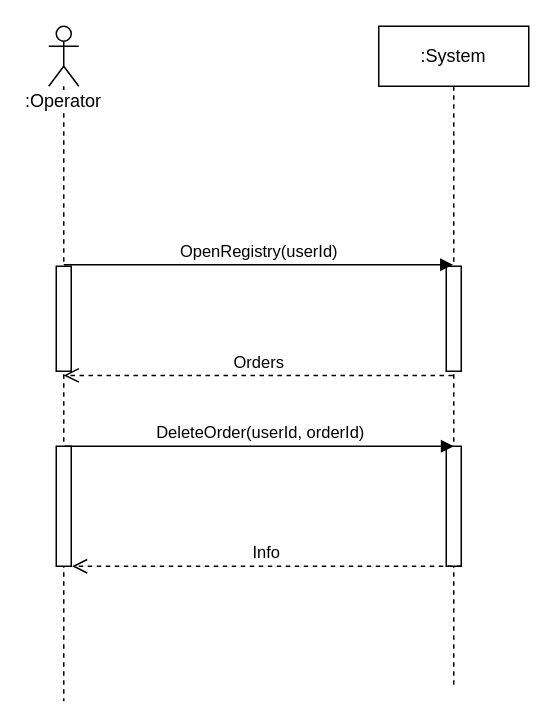
denissfloww/Information-systems-design keeps this draw.io diagram as Lab3/Бугаков/2Прецедент.drawio. Above is the earlier version. Source tidied: cells renumbered, new cells numbered last; positions are measured from the earlier drawing's top-left corner, leaving out a move shared by most shapes. Both pictures are drawn from the tidied source at 150%, with x=0, y=0 at pixel (48, 26).
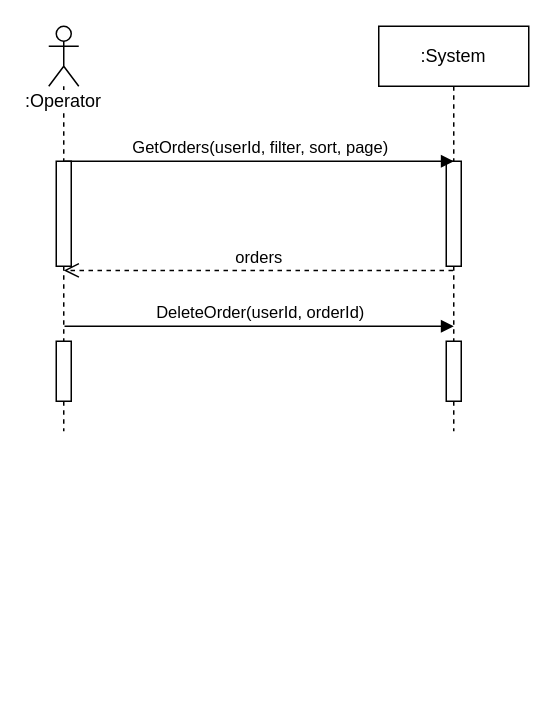
After the change.

Change to the diagram source:
```diff
@@
 <mxGraphModel>
   <root>
     <mxCell id="0" />
     <mxCell id="1" parent="0" />
     <mxCell id="2" value=":Operator" style="shape=umlLifeline;participant=umlActor;perimeter=lifelinePerimeter;whiteSpace=wrap;html=1;verticalAlign=top;spacingTop=36;labelBackgroundColor=#ffffff;" parent="1" vertex="1">
-      <mxGeometry width="20" height="450" as="geometry" />
+      <mxGeometry width="20" height="270" as="geometry" />
     </mxCell>
     <mxCell id="3" style="html=1;points=[];perimeter=orthogonalPerimeter;" parent="2" vertex="1">
-      <mxGeometry x="5" y="160" width="10" height="70" as="geometry" />
+      <mxGeometry x="5" y="90" width="10" height="70" as="geometry" />
     </mxCell>
     <mxCell id="4" style="html=1;perimeter=orthogonalPerimeter;" parent="2" vertex="1">
-      <mxGeometry x="5" y="280" width="10" height="80" as="geometry" />
+      <mxGeometry x="5" y="210" width="10" height="40" as="geometry" />
     </mxCell>
     <mxCell id="5" value=":System" style="shape=umlLifeline;perimeter=lifelinePerimeter;whiteSpace=wrap;html=1;outlineConnect=0;" parent="1" vertex="1">
-      <mxGeometry x="220" width="100" height="440" as="geometry" />
+      <mxGeometry x="220" width="100" height="270" as="geometry" />
     </mxCell>
     <mxCell id="6" style="html=1;perimeter=orthogonalPerimeter;" parent="5" vertex="1">
-      <mxGeometry x="45" y="160" width="10" height="70" as="geometry" />
+      <mxGeometry x="45" y="90" width="10" height="70" as="geometry" />
     </mxCell>
     <mxCell id="7" style="html=1;perimeter=orthogonalPerimeter;" parent="5" vertex="1">
-      <mxGeometry x="45" y="280" width="10" height="80" as="geometry" />
+      <mxGeometry x="45" y="210" width="10" height="40" as="geometry" />
     </mxCell>
-    <mxCell id="8" value="OpenRegistry(userId)" style="html=1;verticalAlign=bottom;endArrow=block;exitX=0.5;exitY=0;exitDx=0;exitDy=0;exitPerimeter=0;" parent="1" edge="1">
+    <mxCell id="8" value="GetOrders(userId, filter, sort, page)" style="html=1;verticalAlign=bottom;endArrow=block;exitX=0.5;exitY=0;exitDx=0;exitDy=0;exitPerimeter=0;" parent="1" edge="1">
       <mxGeometry relative="1" as="geometry">
-        <mxPoint x="10" y="159" as="sourcePoint" />
-        <mxPoint x="269.5" y="159" as="targetPoint" />
+        <mxPoint x="10.5" y="90" as="sourcePoint" />
+        <mxPoint x="270" y="90" as="targetPoint" />
       </mxGeometry>
     </mxCell>
-    <mxCell id="9" value="Orders" style="html=1;verticalAlign=bottom;endArrow=open;dashed=1;endSize=8;entryX=0.5;entryY=1.04;entryDx=0;entryDy=0;entryPerimeter=0;" parent="1" edge="1" source="5" target="3">
+    <mxCell id="9" value="orders" style="html=1;verticalAlign=bottom;endArrow=open;dashed=1;endSize=8;entryX=0.5;entryY=1.04;entryDx=0;entryDy=0;entryPerimeter=0;" parent="1" edge="1" source="5" target="3">
       <mxGeometry relative="1" as="geometry" />
     </mxCell>
     <mxCell id="10" value="DeleteOrder(userId, orderId)" style="html=1;verticalAlign=bottom;endArrow=block;exitX=0.5;exitY=0;exitDx=0;exitDy=0;exitPerimeter=0;" parent="1" edge="1">
       <mxGeometry relative="1" as="geometry">
-        <mxPoint x="10.5" y="280" as="sourcePoint" />
-        <mxPoint x="270" y="280" as="targetPoint" />
+        <mxPoint x="10.5" y="200" as="sourcePoint" />
+        <mxPoint x="270" y="200" as="targetPoint" />
       </mxGeometry>
     </mxCell>
-    <mxCell id="11" value="Info" style="html=1;verticalAlign=bottom;endArrow=open;dashed=1;endSize=8;entryX=0.5;entryY=1.04;entryDx=0;entryDy=0;entryPerimeter=0;" parent="1" edge="1">
-      <mxGeometry relative="1" as="geometry">
-        <mxPoint x="275" y="360" as="sourcePoint" />
-        <mxPoint x="15.5" y="360" as="targetPoint" />
-      </mxGeometry>
-    </mxCell>
   </root>
 </mxGraphModel>
```
